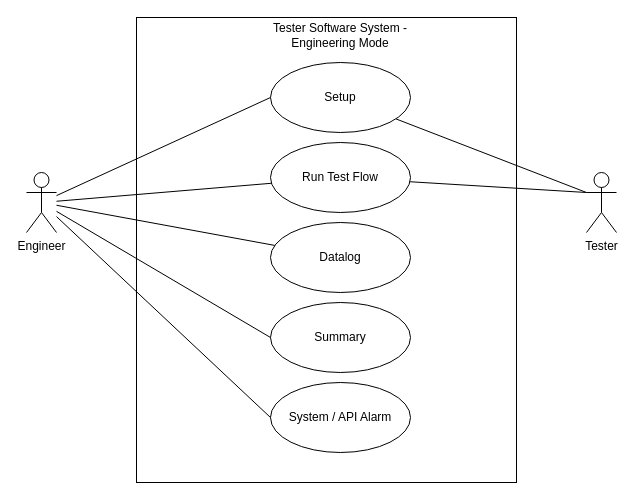
Earlier version of the draw.io diagram page "Engineering Mode" (15 of 18) of SG9KG5/UI Design/Use Case.drawio (Jasson-Chou/Software-Projects). Source tidied: cells renumbered, new cells numbered last; positions are measured from the earlier drawing's top-left corner, leaving out a move shared by most shapes. Both pictures are drawn from the tidied source at 100%, with x=0, y=0 at pixel (26, 17).
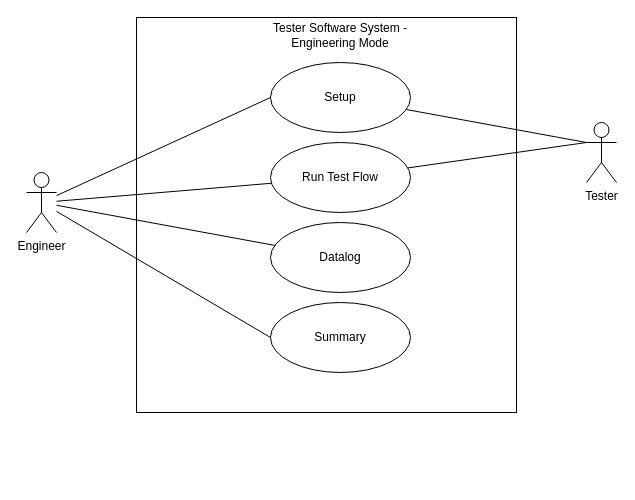
The same diagram, later.

Diff of the diagram source:
```diff
@@
 <mxGraphModel>
   <root>
     <mxCell id="0" />
     <mxCell id="1" parent="0" />
     <mxCell id="2" value="Engineer" style="shape=umlActor;verticalLabelPosition=bottom;verticalAlign=top;html=1;" parent="1" vertex="1">
       <mxGeometry y="155" width="30" height="60" as="geometry" />
     </mxCell>
     <mxCell id="3" style="rounded=0;whiteSpace=wrap;html=1;" parent="1" vertex="1">
-      <mxGeometry x="110" width="380" height="465" as="geometry" />
+      <mxGeometry x="110" width="380" height="395" as="geometry" />
     </mxCell>
     <mxCell id="4" value="Tester Software System - Engineering Mode" style="text;html=1;strokeColor=none;fillColor=none;align=center;verticalAlign=middle;whiteSpace=wrap;rounded=0;" parent="1" vertex="1">
       <mxGeometry x="229" y="8" width="170" height="20" as="geometry" />
     </mxCell>
     <mxCell id="5" style="rounded=0;jettySize=auto;html=1;entryX=0;entryY=0.3333333333333333;entryDx=0;entryDy=0;entryPerimeter=0;endArrow=none;endFill=0;" parent="1" edge="1" source="6" target="14">
       <mxGeometry relative="1" as="geometry" />
     </mxCell>
     <mxCell id="6" value="Setup" style="ellipse;whiteSpace=wrap;html=1;" parent="1" vertex="1">
       <mxGeometry x="244" y="45" width="140" height="70" as="geometry" />
     </mxCell>
-    <mxCell id="7" style="rounded=0;jettySize=auto;html=1;endArrow=none;endFill=0;" parent="1" edge="1" source="8">
-      <mxGeometry relative="1" as="geometry">
-        <mxPoint x="560" y="175" as="targetPoint" />
-      </mxGeometry>
+    <mxCell id="7" style="rounded=0;jettySize=auto;html=1;endArrow=none;endFill=0;entryX=0;entryY=0.3333333333333333;entryDx=0;entryDy=0;entryPerimeter=0;" parent="1" edge="1" source="8" target="14">
+      <mxGeometry relative="1" as="geometry" />
     </mxCell>
     <mxCell id="8" value="Run Test Flow" style="ellipse;whiteSpace=wrap;html=1;" parent="1" vertex="1">
       <mxGeometry x="244" y="125" width="140" height="70" as="geometry" />
     </mxCell>
     <mxCell id="9" value="Datalog" style="ellipse;whiteSpace=wrap;html=1;" parent="1" vertex="1">
       <mxGeometry x="244" y="205" width="140" height="70" as="geometry" />
     </mxCell>
     <mxCell id="10" value="Summary" style="ellipse;whiteSpace=wrap;html=1;" parent="1" vertex="1">
       <mxGeometry x="244" y="285" width="140" height="70" as="geometry" />
     </mxCell>
     <mxCell id="11" style="rounded=0;jettySize=auto;html=1;entryX=0;entryY=0.5;entryDx=0;entryDy=0;endArrow=none;endFill=0;" parent="1" edge="1" source="2" target="6">
       <mxGeometry relative="1" as="geometry" />
     </mxCell>
     <mxCell id="12" style="rounded=0;jettySize=auto;html=1;endArrow=none;endFill=0;" parent="1" edge="1" source="2" target="8">
       <mxGeometry relative="1" as="geometry" />
     </mxCell>
     <mxCell id="13" style="rounded=0;jettySize=auto;html=1;endArrow=none;endFill=0;" parent="1" edge="1" source="2" target="9">
       <mxGeometry relative="1" as="geometry" />
     </mxCell>
     <mxCell id="14" value="Tester" style="shape=umlActor;verticalLabelPosition=bottom;verticalAlign=top;html=1;" parent="1" vertex="1">
-      <mxGeometry x="560" y="155" width="30" height="60" as="geometry" />
+      <mxGeometry x="560" y="105" width="30" height="60" as="geometry" />
     </mxCell>
-    <mxCell id="15" value="System / API Alarm" style="ellipse;whiteSpace=wrap;html=1;" parent="1" vertex="1">
-      <mxGeometry x="244" y="365" width="140" height="70" as="geometry" />
-    </mxCell>
     <mxCell id="16" style="rounded=0;jettySize=auto;html=1;entryX=0;entryY=0.5;entryDx=0;entryDy=0;endArrow=none;endFill=0;" parent="1" edge="1" source="2" target="10">
       <mxGeometry relative="1" as="geometry" />
     </mxCell>
-    <mxCell id="17" style="rounded=0;jettySize=auto;html=1;entryX=0;entryY=0.5;entryDx=0;entryDy=0;endArrow=none;endFill=0;" parent="1" edge="1" source="2" target="15">
-      <mxGeometry relative="1" as="geometry" />
-    </mxCell>
   </root>
 </mxGraphModel>
```
